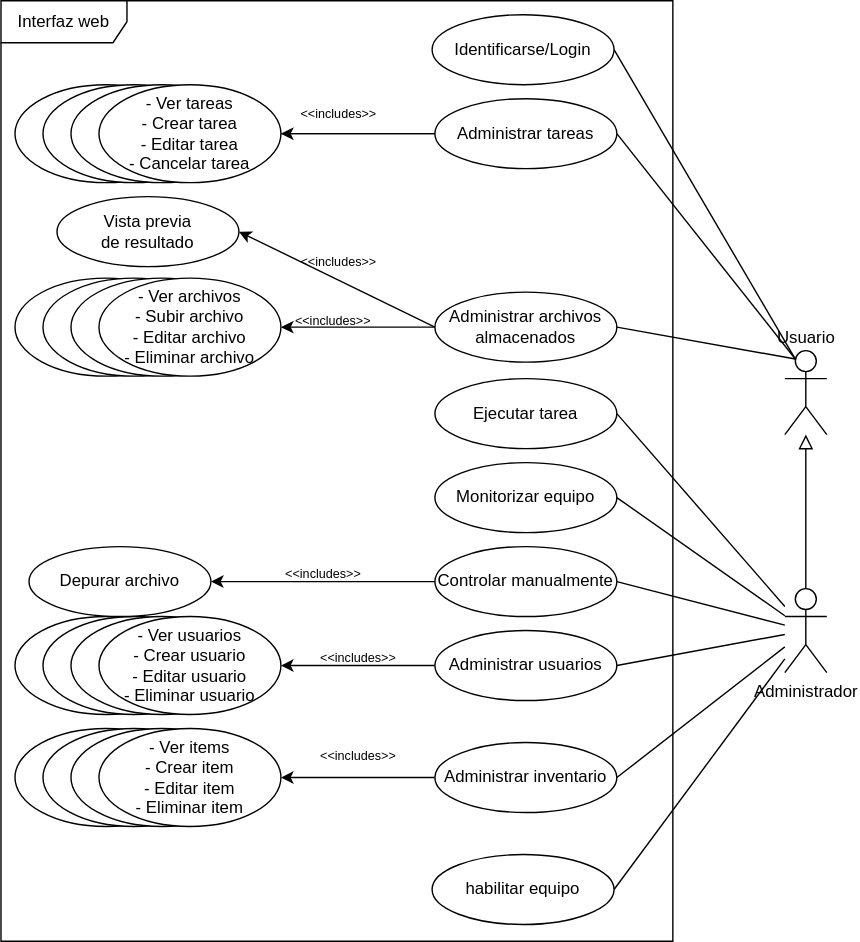
Before: docs/design/use-cases/web-interface-use-cases.drawio.svg, a diagram exported from draw.io (Leandro-Bertoluzzi/remote-cnc-webapp). Source tidied: cells renumbered, new cells last; positions are measured from the earlier drawing's top-left corner, leaving out a move shared by most shapes.
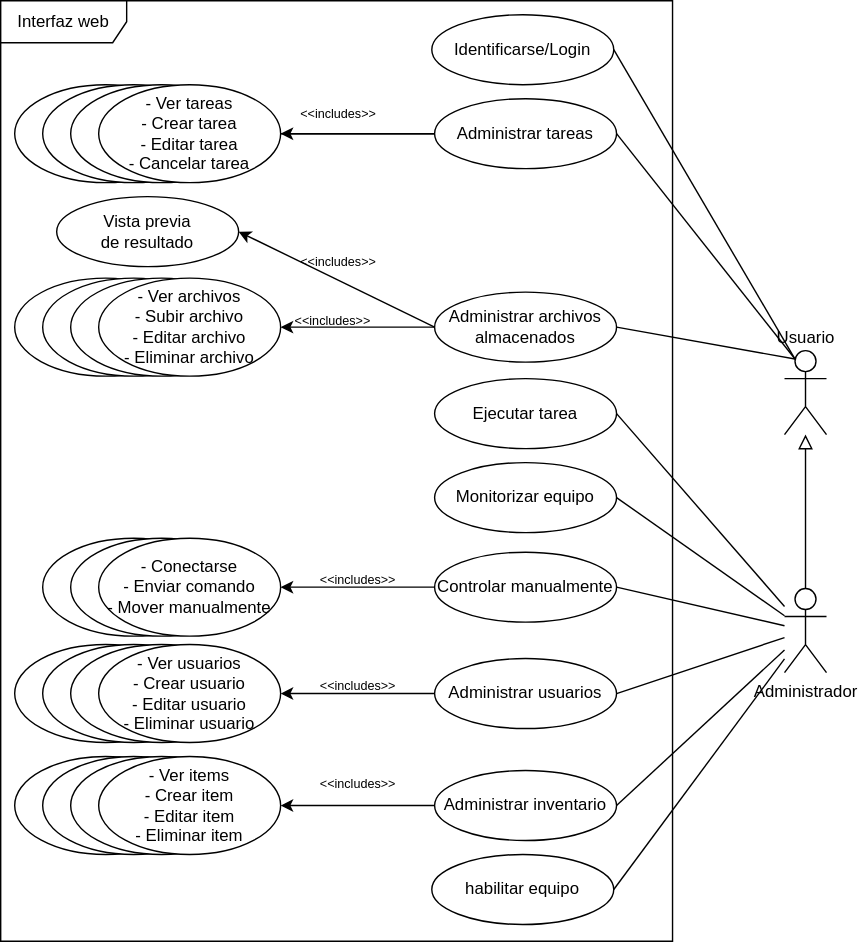
The same diagram one commit later.

Commit message:
docs: Updated use cases

What changed in the source:
```diff
@@ -28,17 +28,17 @@
     <mxCell id="9" value="Administrar archivos almacenados" style="ellipse;whiteSpace=wrap;html=1;" parent="1" vertex="1">
       <mxGeometry x="310" y="208.2" width="130" height="50" as="geometry" />
     </mxCell>
-    <mxCell id="10" value="&amp;lt;&amp;lt;includes&amp;gt;&amp;gt;" style="rounded=0;jettySize=auto;html=1;entryX=1;entryY=0.5;entryDx=0;entryDy=0;labelBackgroundColor=none;fontSize=9;" parent="1" edge="1" source="11" target="49">
+    <mxCell id="10" value="&amp;lt;&amp;lt;includes&amp;gt;&amp;gt;" style="rounded=0;jettySize=auto;html=1;labelBackgroundColor=none;fontSize=9;entryX=1;entryY=0.5;entryDx=0;entryDy=0;" parent="1" edge="1" source="11" target="54">
       <mxGeometry y="-5" relative="1" as="geometry" />
     </mxCell>
     <mxCell id="11" value="Controlar manualmente" style="ellipse;whiteSpace=wrap;html=1;" parent="1" vertex="1">
-      <mxGeometry x="310" y="390" width="130" height="50" as="geometry" />
+      <mxGeometry x="310" y="394" width="130" height="50" as="geometry" />
     </mxCell>
     <mxCell id="12" value="&amp;lt;&amp;lt;includes&amp;gt;&amp;gt;" style="rounded=0;jettySize=auto;html=1;entryX=1;entryY=0.5;entryDx=0;entryDy=0;labelBackgroundColor=none;fontSize=9;" parent="1" edge="1" source="13" target="44">
       <mxGeometry y="-5" relative="1" as="geometry" />
     </mxCell>
     <mxCell id="13" value="Administrar usuarios" style="ellipse;whiteSpace=wrap;html=1;" parent="1" vertex="1">
-      <mxGeometry x="310" y="450" width="130" height="50" as="geometry" />
+      <mxGeometry x="310" y="470" width="130" height="50" as="geometry" />
     </mxCell>
     <mxCell id="14" value="Vista previa&lt;br&gt;de resultado" style="ellipse;whiteSpace=wrap;html=1;" parent="1" vertex="1">
       <mxGeometry x="40" y="140" width="130" height="50" as="geometry" />
@@ -55,7 +55,7 @@
       <mxGeometry y="-15" relative="1" as="geometry" />
     </mxCell>
     <mxCell id="18" value="Administrar inventario" style="ellipse;whiteSpace=wrap;html=1;" parent="1" vertex="1">
-      <mxGeometry x="310" y="530" width="130" height="50" as="geometry" />
+      <mxGeometry x="310" y="550" width="130" height="50" as="geometry" />
     </mxCell>
     <mxCell id="19" style="edgeStyle=none;html=1;exitX=0.25;exitY=0.1;exitDx=0;exitDy=0;exitPerimeter=0;entryX=1;entryY=0.5;entryDx=0;entryDy=0;endArrow=none;endFill=0;" parent="1" edge="1" source="22" target="9">
       <mxGeometry relative="1" as="geometry" />
@@ -126,37 +126,43 @@
       <mxGeometry x="70" y="198.2" width="130" height="70" as="geometry" />
     </mxCell>
     <mxCell id="41" style="ellipse;whiteSpace=wrap;html=1;" parent="1" vertex="1">
-      <mxGeometry x="10" y="440" width="130" height="70" as="geometry" />
+      <mxGeometry x="10" y="460" width="130" height="70" as="geometry" />
     </mxCell>
     <mxCell id="42" style="ellipse;whiteSpace=wrap;html=1;" parent="1" vertex="1">
-      <mxGeometry x="30" y="440" width="130" height="70" as="geometry" />
+      <mxGeometry x="30" y="460" width="130" height="70" as="geometry" />
     </mxCell>
     <mxCell id="43" style="ellipse;whiteSpace=wrap;html=1;" parent="1" vertex="1">
-      <mxGeometry x="50" y="440" width="130" height="70" as="geometry" />
+      <mxGeometry x="50" y="460" width="130" height="70" as="geometry" />
     </mxCell>
     <mxCell id="44" value="&lt;div&gt;- Ver usuarios&lt;/div&gt;&lt;div&gt;- Crear usuario&lt;br&gt;&lt;/div&gt;&lt;div&gt;- Editar usuario&lt;br&gt;&lt;/div&gt;&lt;div&gt;- Eliminar usuario&lt;br&gt;&lt;/div&gt;" style="ellipse;whiteSpace=wrap;html=1;" parent="1" vertex="1">
-      <mxGeometry x="70" y="440" width="130" height="70" as="geometry" />
+      <mxGeometry x="70" y="460" width="130" height="70" as="geometry" />
     </mxCell>
     <mxCell id="45" style="ellipse;whiteSpace=wrap;html=1;" parent="1" vertex="1">
-      <mxGeometry x="10" y="520" width="130" height="70" as="geometry" />
+      <mxGeometry x="10" y="540" width="130" height="70" as="geometry" />
     </mxCell>
     <mxCell id="46" style="ellipse;whiteSpace=wrap;html=1;" parent="1" vertex="1">
-      <mxGeometry x="30" y="520" width="130" height="70" as="geometry" />
+      <mxGeometry x="30" y="540" width="130" height="70" as="geometry" />
     </mxCell>
     <mxCell id="47" style="ellipse;whiteSpace=wrap;html=1;" parent="1" vertex="1">
-      <mxGeometry x="50" y="520" width="130" height="70" as="geometry" />
+      <mxGeometry x="50" y="540" width="130" height="70" as="geometry" />
     </mxCell>
     <mxCell id="48" value="&lt;div&gt;- Ver items&lt;/div&gt;&lt;div&gt;- Crear item&lt;br&gt;&lt;/div&gt;&lt;div&gt;- Editar item&lt;br&gt;&lt;/div&gt;&lt;div&gt;- Eliminar item&lt;br&gt;&lt;/div&gt;" style="ellipse;whiteSpace=wrap;html=1;" parent="1" vertex="1">
-      <mxGeometry x="70" y="520" width="130" height="70" as="geometry" />
+      <mxGeometry x="70" y="540" width="130" height="70" as="geometry" />
     </mxCell>
-    <mxCell id="49" value="Depurar archivo" style="ellipse;whiteSpace=wrap;html=1;" parent="1" vertex="1">
-      <mxGeometry x="20" y="390" width="130" height="50" as="geometry" />
-    </mxCell>
     <mxCell id="50" value="habilitar equipo" style="ellipse;whiteSpace=wrap;html=1;" parent="1" vertex="1">
       <mxGeometry x="308" y="610" width="130" height="50" as="geometry" />
     </mxCell>
     <mxCell id="51" value="Identificarse/Login" style="ellipse;whiteSpace=wrap;html=1;" parent="1" vertex="1">
       <mxGeometry x="308" y="10" width="130" height="50" as="geometry" />
     </mxCell>
+    <mxCell id="52" style="ellipse;whiteSpace=wrap;html=1;" parent="1" vertex="1">
+      <mxGeometry x="30" y="384" width="130" height="70" as="geometry" />
+    </mxCell>
+    <mxCell id="53" style="ellipse;whiteSpace=wrap;html=1;" parent="1" vertex="1">
+      <mxGeometry x="50" y="384" width="130" height="70" as="geometry" />
+    </mxCell>
+    <mxCell id="54" value="&lt;div&gt;- Conectarse&lt;/div&gt;&lt;div&gt;- Enviar comando&lt;/div&gt;&lt;div&gt;- Mover manualmente&lt;/div&gt;" style="ellipse;whiteSpace=wrap;html=1;" parent="1" vertex="1">
+      <mxGeometry x="70" y="384" width="130" height="70" as="geometry" />
+    </mxCell>
   </root>
 </mxGraphModel>
```
